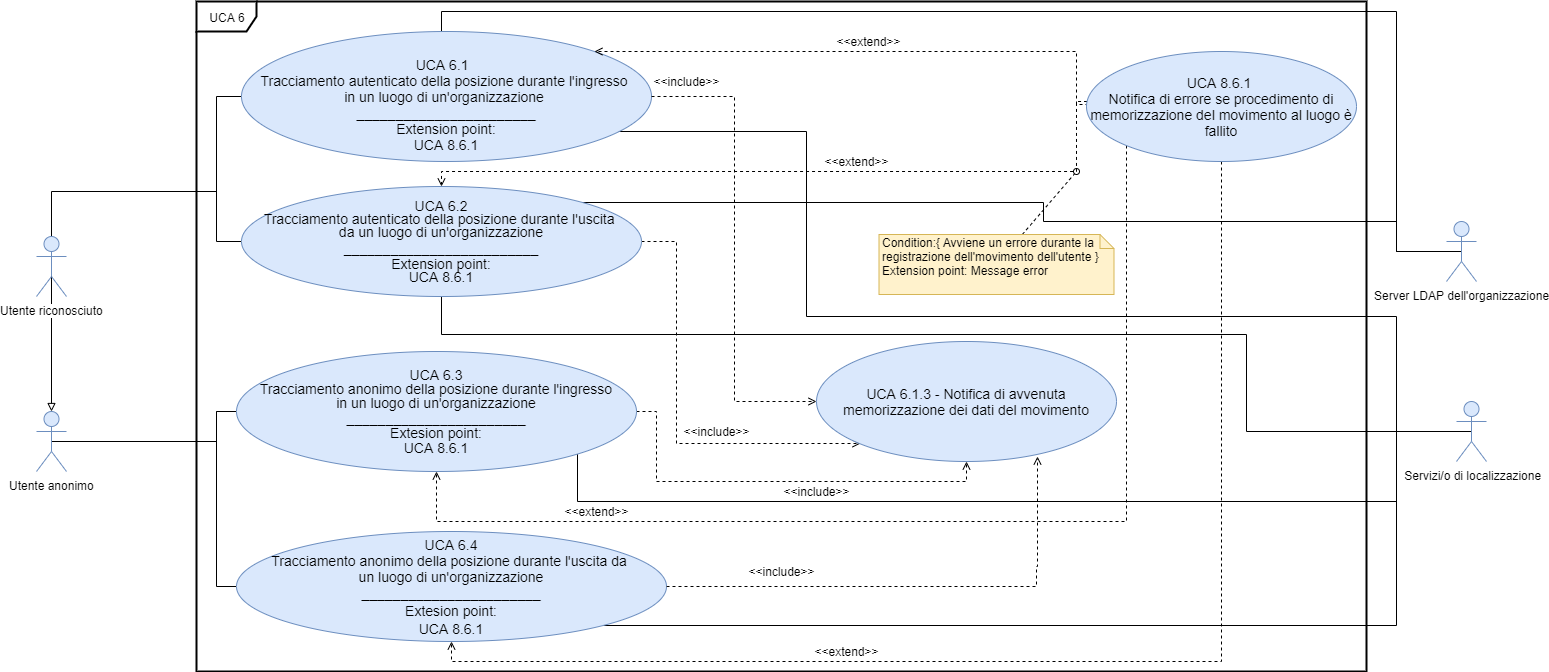
Before: DocumentazioneEsterna/AnalisiRequisiti/sezioni/UseCase/Immagini/UCA6.png, a diagram exported from draw.io (qb-team/Stalker-Documentazione). Source tidied: cells renumbered, new cells last; positions are measured from the earlier drawing's top-left corner, leaving out a move shared by most shapes.
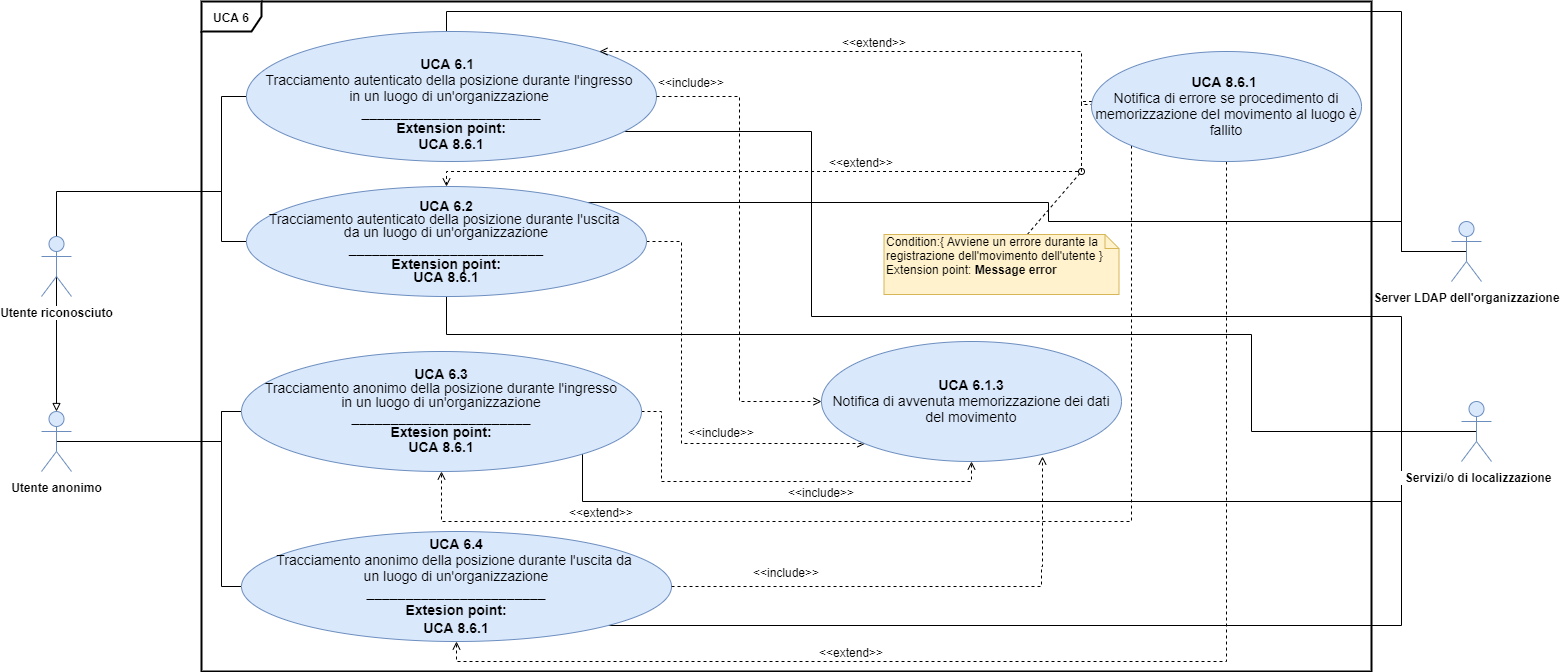
Above is the later version.

The edit, as a diff of the source:
```diff
@@ -2,7 +2,7 @@
   <root>
     <mxCell id="0" />
     <mxCell id="1" parent="0" />
-    <mxCell id="2" value="UCA 6" style="shape=umlFrame;whiteSpace=wrap;html=1;strokeWidth=2;" parent="1" vertex="1">
+    <mxCell id="2" value="&lt;b&gt;UCA 6&lt;/b&gt;" style="shape=umlFrame;whiteSpace=wrap;html=1;strokeWidth=2;" parent="1" vertex="1">
       <mxGeometry x="160" width="1170" height="670" as="geometry" />
     </mxCell>
     <mxCell id="3" style="edgeStyle=orthogonalEdgeStyle;rounded=0;jettySize=auto;html=1;exitX=0.5;exitY=0.5;exitDx=0;exitDy=0;exitPerimeter=0;endArrow=none;endFill=0;entryX=0;entryY=0.5;entryDx=0;entryDy=0;" parent="1" edge="1" source="42" target="29">
@@ -25,7 +25,7 @@
     <mxCell id="5" style="edgeStyle=orthogonalEdgeStyle;rounded=0;jettySize=auto;html=1;exitX=0.5;exitY=0.5;exitDx=0;exitDy=0;exitPerimeter=0;entryX=0.5;entryY=0;entryDx=0;entryDy=0;entryPerimeter=0;endArrow=block;endFill=0;" parent="1" edge="1" source="6" target="42">
       <mxGeometry relative="1" as="geometry" />
     </mxCell>
-    <mxCell id="6" value="Utente riconosciuto&lt;br&gt;" style="shape=umlActor;verticalLabelPosition=bottom;labelBackgroundColor=#ffffff;verticalAlign=top;html=1;fillColor=#dae8fc;strokeColor=#6c8ebf;" parent="1" vertex="1">
+    <mxCell id="6" value="&lt;b&gt;Utente riconosciuto&lt;/b&gt;" style="shape=umlActor;verticalLabelPosition=bottom;labelBackgroundColor=#ffffff;verticalAlign=top;html=1;fillColor=#dae8fc;strokeColor=#6c8ebf;" parent="1" vertex="1">
       <mxGeometry y="235" width="30" height="60" as="geometry" />
     </mxCell>
     <mxCell id="7" style="edgeStyle=orthogonalEdgeStyle;rounded=0;jettySize=auto;html=1;exitX=0;exitY=0.5;exitDx=0;exitDy=0;endArrow=none;endFill=0;" parent="1" edge="1" source="10">
@@ -52,7 +52,7 @@
         </Array>
       </mxGeometry>
     </mxCell>
-    <mxCell id="10" value="&lt;font style=&quot;font-size: 14px&quot;&gt;&lt;font style=&quot;font-size: 14px ; line-height: 10%&quot;&gt;&lt;br&gt;UCA 6.1&amp;nbsp;&amp;nbsp;&lt;br&gt;Tracciamento autenticato della posizione durante l'ingresso &lt;br&gt;in un luogo di un'organizzazione&amp;nbsp;&lt;br&gt;_______________________&lt;br&gt;&lt;/font&gt;Extension point:&lt;br&gt;UCA 8.6.1&lt;br&gt;&lt;/font&gt;" style="ellipse;whiteSpace=wrap;html=1;fillColor=#dae8fc;strokeColor=#6c8ebf;" parent="1" vertex="1">
+    <mxCell id="10" value="&lt;font style=&quot;font-size: 14px&quot;&gt;&lt;font style=&quot;font-size: 14px ; line-height: 10%&quot;&gt;&lt;br&gt;&lt;b&gt;UCA 6.1&lt;/b&gt;&amp;nbsp;&amp;nbsp;&lt;br&gt;Tracciamento autenticato della posizione durante l'ingresso &lt;br&gt;in un luogo di un'organizzazione&amp;nbsp;&lt;br&gt;&lt;b&gt;_______________________&lt;br&gt;&lt;/b&gt;&lt;/font&gt;&lt;b&gt;Extension point:&lt;br&gt;UCA 8.6.1&lt;/b&gt;&lt;br&gt;&lt;/font&gt;" style="ellipse;whiteSpace=wrap;html=1;fillColor=#dae8fc;strokeColor=#6c8ebf;" parent="1" vertex="1">
       <mxGeometry x="205" y="30" width="410" height="130" as="geometry" />
     </mxCell>
     <mxCell id="11" style="edgeStyle=orthogonalEdgeStyle;rounded=0;jettySize=auto;html=1;exitX=1;exitY=0.5;exitDx=0;exitDy=0;entryX=0;entryY=0.5;entryDx=0;entryDy=0;dashed=1;startArrow=none;startFill=0;endArrow=open;endFill=0;" parent="1" edge="1" source="10" target="23">
@@ -95,7 +95,7 @@
         </Array>
       </mxGeometry>
     </mxCell>
-    <mxCell id="16" value="&lt;p style=&quot;line-height: 100%&quot;&gt;&lt;font style=&quot;font-size: 14px&quot;&gt;&lt;span style=&quot;font-size: 14px&quot;&gt;&amp;nbsp;UCA 6.2 &lt;br&gt;Tracciamento autenticato della posizione durante l'uscita &lt;br&gt;da un luogo di un'organizzazione &lt;/span&gt;&lt;font style=&quot;font-size: 14px ; line-height: 136%&quot;&gt;_________________________&lt;br&gt;&lt;/font&gt;&lt;/font&gt;&lt;span style=&quot;white-space: normal ; font-size: 14px&quot;&gt;&lt;font style=&quot;font-size: 14px&quot;&gt;Extension point:&lt;br&gt;UCA 8.6.1&lt;/font&gt;&lt;br&gt;&lt;/span&gt;&lt;/p&gt;" style="ellipse;whiteSpace=wrap;html=1;fillColor=#dae8fc;strokeColor=#6c8ebf;" parent="1" vertex="1">
+    <mxCell id="16" value="&lt;p style=&quot;line-height: 100%&quot;&gt;&lt;font style=&quot;font-size: 14px&quot;&gt;&lt;span style=&quot;font-size: 14px&quot;&gt;&lt;b&gt;&amp;nbsp;UCA 6.2 &lt;br&gt;&lt;/b&gt;Tracciamento autenticato della posizione durante l'uscita &lt;br&gt;da un luogo di un'organizzazione &lt;/span&gt;&lt;font style=&quot;font-size: 14px ; line-height: 136%&quot;&gt;&lt;b&gt;_________________________&lt;br&gt;&lt;/b&gt;&lt;/font&gt;&lt;/font&gt;&lt;span style=&quot;white-space: normal ; font-size: 14px&quot;&gt;&lt;font style=&quot;font-size: 14px&quot;&gt;&lt;b&gt;Extension point:&lt;br&gt;UCA 8.6.1&lt;/b&gt;&lt;/font&gt;&lt;br&gt;&lt;/span&gt;&lt;/p&gt;" style="ellipse;whiteSpace=wrap;html=1;fillColor=#dae8fc;strokeColor=#6c8ebf;" parent="1" vertex="1">
       <mxGeometry x="205" y="185" width="400" height="110" as="geometry" />
     </mxCell>
     <mxCell id="17" style="rounded=0;jettySize=auto;html=1;exitX=0;exitY=0.5;exitDx=0;exitDy=0;endArrow=open;endFill=0;startArrow=none;startFill=0;dashed=1;edgeStyle=orthogonalEdgeStyle;" parent="1" edge="1" source="21" target="10">
@@ -127,13 +127,13 @@
         </Array>
       </mxGeometry>
     </mxCell>
-    <mxCell id="21" value="&lt;font style=&quot;font-size: 14px&quot;&gt;UCA 8.6.1&amp;nbsp;&lt;br&gt;Notifica di errore se procedimento di memorizzazione del movimento al luogo è fallito&lt;/font&gt;" style="ellipse;whiteSpace=wrap;html=1;fillColor=#dae8fc;strokeColor=#6c8ebf;" parent="1" vertex="1">
+    <mxCell id="21" value="&lt;font style=&quot;font-size: 14px&quot;&gt;&lt;b&gt;UCA 8.6.1&amp;nbsp;&lt;/b&gt;&lt;br&gt;Notifica di errore se procedimento di memorizzazione del movimento al luogo è fallito&lt;/font&gt;" style="ellipse;whiteSpace=wrap;html=1;fillColor=#dae8fc;strokeColor=#6c8ebf;" parent="1" vertex="1">
       <mxGeometry x="1050" y="50" width="270" height="110" as="geometry" />
     </mxCell>
     <mxCell id="22" value="&amp;lt;&amp;lt;extend&amp;gt;&amp;gt;" style="text;html=1;strokeColor=none;fillColor=none;align=center;verticalAlign=middle;whiteSpace=wrap;rounded=0;direction=south;" parent="1" vertex="1">
       <mxGeometry x="822.5" y="20" width="20" height="40" as="geometry" />
     </mxCell>
-    <mxCell id="23" value="&lt;font style=&quot;font-size: 14px&quot;&gt;UCA 6.1.3 - Notifica di avvenuta memorizzazione dei dati del movimento&lt;/font&gt;" style="ellipse;whiteSpace=wrap;html=1;fillColor=#dae8fc;strokeColor=#6c8ebf;" parent="1" vertex="1">
+    <mxCell id="23" value="&lt;font style=&quot;font-size: 14px&quot;&gt;&lt;b&gt;UCA 6.1.3&lt;br&gt;&lt;/b&gt;Notifica di avvenuta memorizzazione dei dati del movimento&lt;/font&gt;" style="ellipse;whiteSpace=wrap;html=1;fillColor=#dae8fc;strokeColor=#6c8ebf;" parent="1" vertex="1">
       <mxGeometry x="780" y="340" width="300" height="120" as="geometry" />
     </mxCell>
     <mxCell id="24" value="&amp;lt;&amp;lt;include&amp;gt;&amp;gt;" style="text;html=1;strokeColor=none;fillColor=none;align=center;verticalAlign=middle;whiteSpace=wrap;rounded=0;" parent="1" vertex="1">
@@ -144,7 +144,7 @@
         <mxPoint x="1040" y="170" as="targetPoint" />
       </mxGeometry>
     </mxCell>
-    <mxCell id="26" value="Condition:{&amp;nbsp;Avviene un errore durante la registrazione dell'movimento dell'utente }&lt;br&gt;Extension point: Message error" style="shape=note;whiteSpace=wrap;html=1;size=14;verticalAlign=top;align=left;spacingTop=-6;fillColor=#fff2cc;strokeColor=#d6b656;" parent="1" vertex="1">
+    <mxCell id="26" value="Condition:{&amp;nbsp;Avviene un errore durante la registrazione dell'movimento dell'utente }&lt;br&gt;Extension point: &lt;b&gt;Message error&lt;/b&gt;" style="shape=note;whiteSpace=wrap;html=1;size=14;verticalAlign=top;align=left;spacingTop=-6;fillColor=#fff2cc;strokeColor=#d6b656;" parent="1" vertex="1">
       <mxGeometry x="842.5" y="233" width="235" height="60" as="geometry" />
     </mxCell>
     <mxCell id="27" style="edgeStyle=orthogonalEdgeStyle;rounded=0;jettySize=auto;html=1;exitX=1;exitY=0.5;exitDx=0;exitDy=0;dashed=1;endArrow=open;endFill=0;entryX=0.5;entryY=1;entryDx=0;entryDy=0;" parent="1" edge="1" source="29" target="23">
@@ -165,7 +165,7 @@
         </Array>
       </mxGeometry>
     </mxCell>
-    <mxCell id="29" value="&lt;p style=&quot;line-height: 110%&quot;&gt;&lt;span style=&quot;font-size: 14px&quot;&gt;UCA 6.3&lt;br&gt;&amp;nbsp;Tracciamento anonimo della posizione durante l'ingresso &lt;br&gt;in un luogo di un'organizzazione&lt;br&gt;&lt;/span&gt;&lt;font style=&quot;font-size: 14px ; line-height: 104%&quot;&gt;_______________________&lt;br&gt;Extesion point:&lt;br&gt;UCA 8.6.1&lt;/font&gt;&lt;/p&gt;" style="ellipse;whiteSpace=wrap;html=1;fillColor=#dae8fc;strokeColor=#6c8ebf;" parent="1" vertex="1">
+    <mxCell id="29" value="&lt;p style=&quot;line-height: 110%&quot;&gt;&lt;span style=&quot;font-size: 14px&quot;&gt;&lt;b&gt;UCA 6.3&lt;br&gt;&lt;/b&gt;&amp;nbsp;Tracciamento anonimo della posizione durante l'ingresso &lt;br&gt;in un luogo di un'organizzazione&lt;br&gt;&lt;/span&gt;&lt;font style=&quot;font-size: 14px ; line-height: 104%&quot;&gt;&lt;b&gt;_______________________&lt;br&gt;Extesion point:&lt;br&gt;UCA 8.6.1&lt;/b&gt;&lt;/font&gt;&lt;/p&gt;" style="ellipse;whiteSpace=wrap;html=1;fillColor=#dae8fc;strokeColor=#6c8ebf;" parent="1" vertex="1">
       <mxGeometry x="200" y="350" width="400" height="120" as="geometry" />
     </mxCell>
     <mxCell id="30" style="edgeStyle=orthogonalEdgeStyle;rounded=0;jettySize=auto;html=1;exitX=0;exitY=0.5;exitDx=0;exitDy=0;endArrow=none;endFill=0;" parent="1" edge="1" source="32">
@@ -181,7 +181,7 @@
         </Array>
       </mxGeometry>
     </mxCell>
-    <mxCell id="32" value="&lt;font&gt;&lt;span style=&quot;font-size: 14px&quot;&gt;UCA 6.4&lt;br&gt;Tracciamento anonimo della posizione durante l'uscita da&amp;nbsp;&lt;br&gt;un luogo di un'organizzazione&lt;/span&gt;&lt;br&gt;&lt;span style=&quot;font-size: 14px&quot;&gt;_______________________&lt;/span&gt;&lt;br style=&quot;font-size: 14px&quot;&gt;&lt;span style=&quot;font-size: 14px&quot;&gt;Extesion point:&lt;/span&gt;&lt;br style=&quot;font-size: 14px&quot;&gt;&lt;span style=&quot;font-size: 14px&quot;&gt;UCA 8.6.1&lt;/span&gt;&lt;br&gt;&lt;/font&gt;" style="ellipse;whiteSpace=wrap;html=1;fillColor=#dae8fc;strokeColor=#6c8ebf;" parent="1" vertex="1">
+    <mxCell id="32" value="&lt;font&gt;&lt;span style=&quot;font-size: 14px&quot;&gt;&lt;b&gt;UCA 6.4&lt;br&gt;&lt;/b&gt;Tracciamento anonimo della posizione durante l'uscita da&amp;nbsp;&lt;br&gt;un luogo di un'organizzazione&lt;/span&gt;&lt;br&gt;&lt;b&gt;&lt;span style=&quot;font-size: 14px&quot;&gt;_______________________&lt;/span&gt;&lt;br style=&quot;font-size: 14px&quot;&gt;&lt;span style=&quot;font-size: 14px&quot;&gt;Extesion point:&lt;/span&gt;&lt;br style=&quot;font-size: 14px&quot;&gt;&lt;span style=&quot;font-size: 14px&quot;&gt;UCA 8.6.1&lt;/span&gt;&lt;/b&gt;&lt;br&gt;&lt;/font&gt;" style="ellipse;whiteSpace=wrap;html=1;fillColor=#dae8fc;strokeColor=#6c8ebf;" parent="1" vertex="1">
       <mxGeometry x="200" y="530" width="430" height="110" as="geometry" />
     </mxCell>
     <mxCell id="33" value="&amp;lt;&amp;lt;extend&amp;gt;&amp;gt;" style="text;html=1;strokeColor=none;fillColor=none;align=center;verticalAlign=middle;whiteSpace=wrap;rounded=0;direction=south;" parent="1" vertex="1">
@@ -211,13 +211,13 @@
     <mxCell id="39" value="&amp;lt;&amp;lt;extend&amp;gt;&amp;gt;" style="text;html=1;strokeColor=none;fillColor=none;align=center;verticalAlign=middle;whiteSpace=wrap;rounded=0;direction=south;" parent="1" vertex="1">
       <mxGeometry x="550" y="490" width="20" height="40" as="geometry" />
     </mxCell>
-    <mxCell id="40" value="&amp;nbsp;Servizi/o di localizzazione" style="shape=umlActor;verticalLabelPosition=bottom;labelBackgroundColor=#ffffff;verticalAlign=top;html=1;outlineConnect=0;fillColor=#dae8fc;strokeColor=#6c8ebf;" parent="1" vertex="1">
+    <mxCell id="40" value="&lt;b&gt;&amp;nbsp;Servizi/o di localizzazione&lt;/b&gt;" style="shape=umlActor;verticalLabelPosition=bottom;labelBackgroundColor=#ffffff;verticalAlign=top;html=1;outlineConnect=0;fillColor=#dae8fc;strokeColor=#6c8ebf;" parent="1" vertex="1">
       <mxGeometry x="1420" y="400" width="30" height="60" as="geometry" />
     </mxCell>
-    <mxCell id="41" value="Server LDAP dell'organizzazione" style="shape=umlActor;verticalLabelPosition=bottom;labelBackgroundColor=#ffffff;verticalAlign=top;html=1;outlineConnect=0;fillColor=#dae8fc;strokeColor=#6c8ebf;" parent="1" vertex="1">
+    <mxCell id="41" value="&lt;b&gt;Server LDAP dell'organizzazione&lt;/b&gt;" style="shape=umlActor;verticalLabelPosition=bottom;labelBackgroundColor=#ffffff;verticalAlign=top;html=1;outlineConnect=0;fillColor=#dae8fc;strokeColor=#6c8ebf;" parent="1" vertex="1">
       <mxGeometry x="1410" y="220" width="30" height="60" as="geometry" />
     </mxCell>
-    <mxCell id="42" value="Utente anonimo" style="shape=umlActor;verticalLabelPosition=bottom;labelBackgroundColor=#ffffff;verticalAlign=top;html=1;fillColor=#dae8fc;strokeColor=#6c8ebf;" parent="1" vertex="1">
+    <mxCell id="42" value="&lt;b&gt;Utente anonimo&lt;/b&gt;" style="shape=umlActor;verticalLabelPosition=bottom;labelBackgroundColor=#ffffff;verticalAlign=top;html=1;fillColor=#dae8fc;strokeColor=#6c8ebf;" parent="1" vertex="1">
       <mxGeometry y="410" width="30" height="60" as="geometry" />
     </mxCell>
   </root>
```
